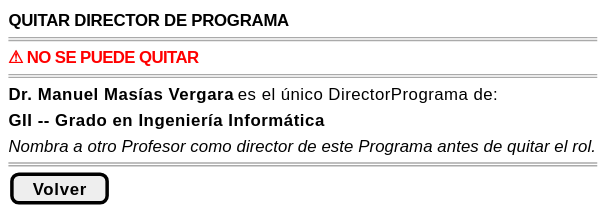
mmasias/pyCeldaPublico keeps this PlantUML diagram as images/RUP/01-requisitos/03-detalle-casos-uso/quitarDirectorPrograma/wireframe-bloqueada.svg. Above is the earlier version.
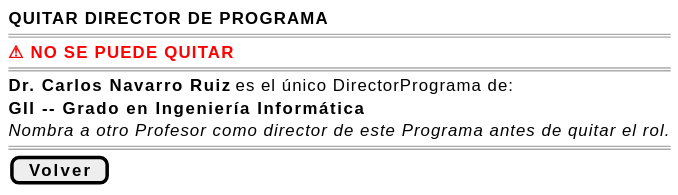
Above is the later version.

Diff of the diagram source:
```diff
@@ -4,7 +4,7 @@
     ====
     <color:red><b>⚠ NO SE PUEDE QUITAR</b></color>
     ====
-    <b>Dr. Manuel Masías Vergara</b> es el único DirectorPrograma de:
+    <b>Dr. Carlos Navarro Ruiz</b> es el único DirectorPrograma de:
 
     <b>GII -- Grado en Ingeniería Informática</b>
 
```
